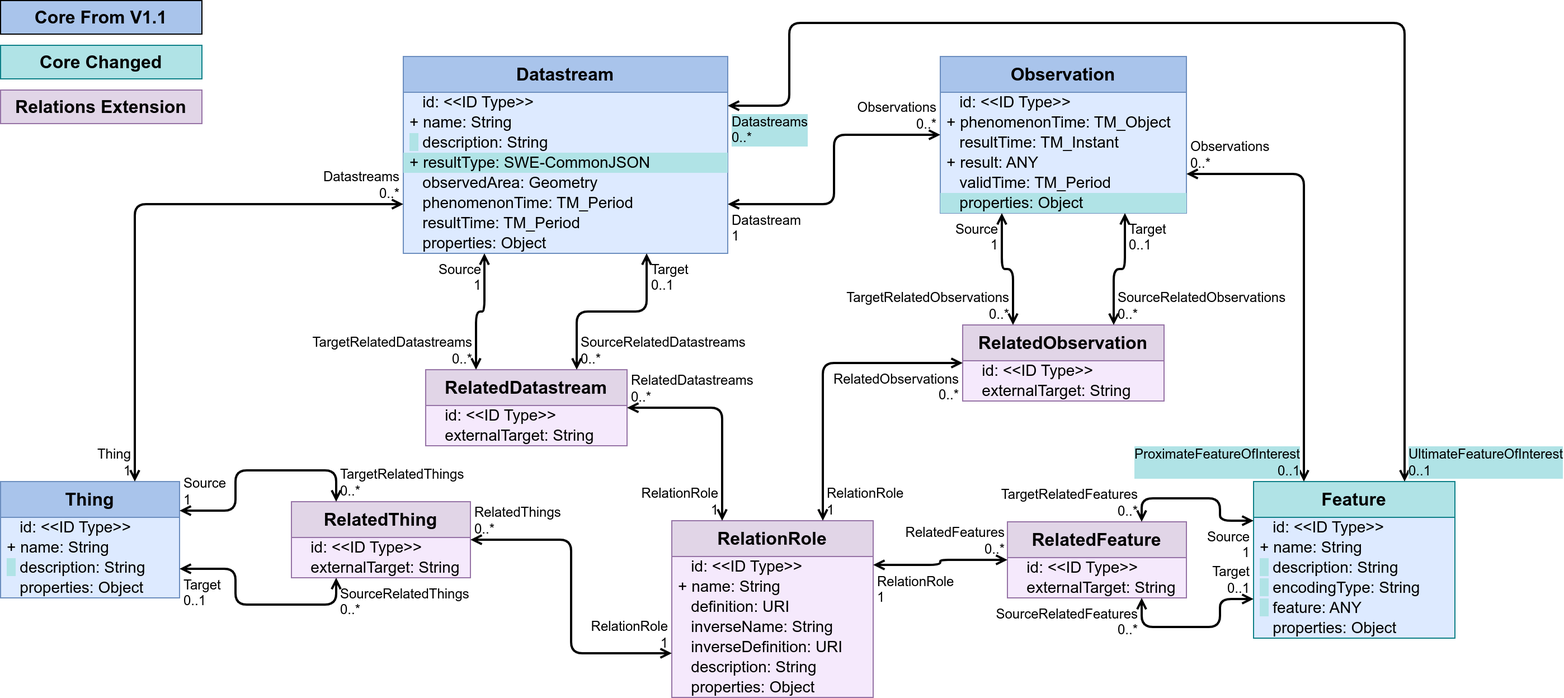
opengeospatial/sensorthings keeps this draw.io diagram as figures/Datamodel-SensorThingsApi-V2-Relations.drawio.png. Above is the earlier version. Source tidied: cells renumbered, new cells last; positions are measured from the earlier drawing's top-left corner, leaving out a move shared by most shapes.
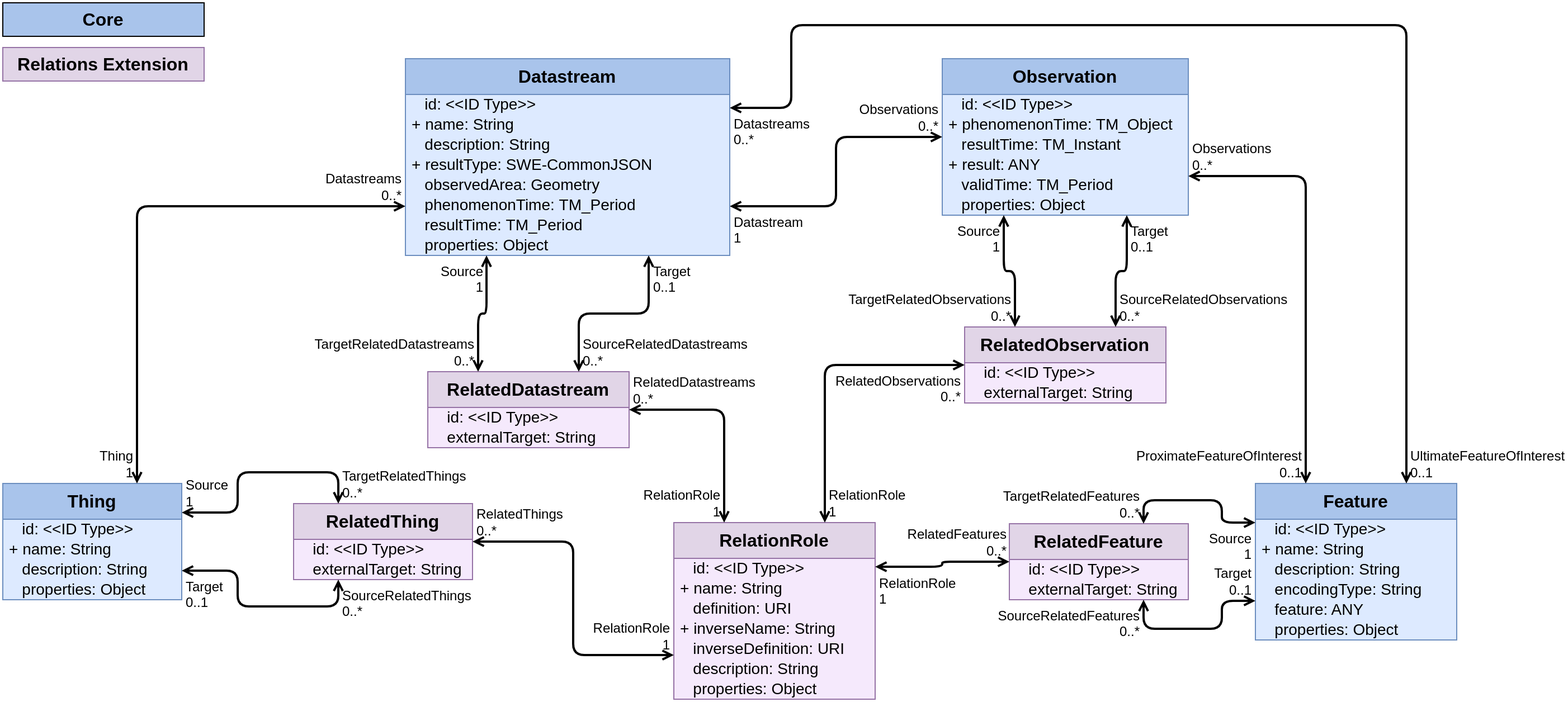
The same file after the commit.

Commit message:
Added Relations Extension text and tables

What changed in the source:
```diff
@@ -11,10 +11,10 @@
     <mxCell id="4" value="+ name: String" style="text;strokeColor=none;fillColor=none;align=left;verticalAlign=middle;spacingLeft=4;spacingRight=4;overflow=visible;html=1;fontSize=14;" parent="2" vertex="1">
       <mxGeometry y="50" width="290" height="18" as="geometry" />
     </mxCell>
-    <mxCell id="5" value="&lt;span style=&quot;background-color: rgb(176, 227, 230);&quot;&gt;&amp;nbsp; &lt;/span&gt;&amp;nbsp;description: String" style="text;strokeColor=none;fillColor=none;align=left;verticalAlign=middle;spacingLeft=4;spacingRight=4;overflow=visible;html=1;fontSize=14;" parent="2" vertex="1">
+    <mxCell id="5" value="&amp;nbsp; &amp;nbsp;description: String" style="text;strokeColor=none;fillColor=none;align=left;verticalAlign=middle;spacingLeft=4;spacingRight=4;overflow=visible;html=1;fontSize=14;" parent="2" vertex="1">
       <mxGeometry y="68" width="290" height="18" as="geometry" />
     </mxCell>
-    <mxCell id="6" value="+ resultType: SWE-CommonJSON" style="text;strokeColor=none;fillColor=#b0e3e6;align=left;verticalAlign=middle;spacingLeft=4;spacingRight=4;overflow=visible;html=1;fontSize=14;" parent="2" vertex="1">
+    <mxCell id="6" value="+ resultType: SWE-CommonJSON" style="text;strokeColor=none;fillColor=none;align=left;verticalAlign=middle;spacingLeft=4;spacingRight=4;overflow=visible;html=1;fontSize=14;" parent="2" vertex="1">
       <mxGeometry y="86" width="290" height="18" as="geometry" />
     </mxCell>
     <mxCell id="7" value="&amp;nbsp;&amp;nbsp;&amp;nbsp;observedArea: Geometry" style="text;strokeColor=none;fillColor=none;align=left;verticalAlign=middle;spacingLeft=4;spacingRight=4;overflow=visible;html=1;fontSize=14;" parent="2" vertex="1">
@@ -29,7 +29,7 @@
     <mxCell id="10" value="&amp;nbsp;&amp;nbsp;&amp;nbsp;properties: Object" style="text;strokeColor=none;fillColor=none;align=left;verticalAlign=middle;spacingLeft=4;spacingRight=4;overflow=visible;html=1;fontSize=14;" parent="2" vertex="1">
       <mxGeometry y="158" width="290" height="18" as="geometry" />
     </mxCell>
-    <mxCell id="11" value="Feature" style="swimlane;fontStyle=1;horizontal=1;startSize=32;fontSize=16;whiteSpace=wrap;html=1;fillColor=#b0e3e6;strokeColor=#0e8088;swimlaneFillColor=#DDEAFF;verticalAlign=top;" parent="1" vertex="1">
+    <mxCell id="11" value="Feature" style="swimlane;fontStyle=1;horizontal=1;startSize=32;fontSize=16;whiteSpace=wrap;html=1;fillColor=#A9C4EB;strokeColor=#6c8ebf;swimlaneFillColor=#DDEAFF;verticalAlign=top;" parent="1" vertex="1">
       <mxGeometry x="1120" y="430" width="180" height="140" as="geometry" />
     </mxCell>
     <mxCell id="12" value="&amp;nbsp;&amp;nbsp;&amp;nbsp;id: &amp;lt;&amp;lt;ID Type&amp;gt;&amp;gt;" style="text;strokeColor=none;fillColor=none;align=left;verticalAlign=middle;spacingLeft=4;spacingRight=4;overflow=visible;html=1;fontSize=14;" parent="11" vertex="1">
@@ -38,13 +38,13 @@
     <mxCell id="13" value="+ name: String" style="text;strokeColor=none;fillColor=none;align=left;verticalAlign=middle;spacingLeft=4;spacingRight=4;overflow=visible;html=1;fontSize=14;" parent="11" vertex="1">
       <mxGeometry y="50" width="180" height="18" as="geometry" />
     </mxCell>
-    <mxCell id="14" value="&lt;span style=&quot;background-color: rgb(176, 227, 230);&quot;&gt;&amp;nbsp; &lt;/span&gt;&amp;nbsp;description: String" style="text;strokeColor=none;fillColor=none;align=left;verticalAlign=middle;spacingLeft=4;spacingRight=4;overflow=visible;html=1;fontSize=14;" parent="11" vertex="1">
+    <mxCell id="14" value="&amp;nbsp; &amp;nbsp;description: String" style="text;strokeColor=none;fillColor=none;align=left;verticalAlign=middle;spacingLeft=4;spacingRight=4;overflow=visible;html=1;fontSize=14;" parent="11" vertex="1">
       <mxGeometry y="68" width="180" height="18" as="geometry" />
     </mxCell>
-    <mxCell id="15" value="&lt;span style=&quot;background-color: rgb(176, 227, 230);&quot;&gt;&amp;nbsp; &lt;/span&gt;&amp;nbsp;encodingType: String" style="text;strokeColor=none;fillColor=none;align=left;verticalAlign=middle;spacingLeft=4;spacingRight=4;overflow=visible;html=1;fontSize=14;" parent="11" vertex="1">
+    <mxCell id="15" value="&amp;nbsp; &amp;nbsp;encodingType: String" style="text;strokeColor=none;fillColor=none;align=left;verticalAlign=middle;spacingLeft=4;spacingRight=4;overflow=visible;html=1;fontSize=14;" parent="11" vertex="1">
       <mxGeometry y="86" width="180" height="18" as="geometry" />
     </mxCell>
-    <mxCell id="16" value="&lt;span style=&quot;background-color: rgb(176, 227, 230);&quot;&gt;&amp;nbsp; &lt;/span&gt;&amp;nbsp;feature: ANY" style="text;strokeColor=none;fillColor=none;align=left;verticalAlign=middle;spacingLeft=4;spacingRight=4;overflow=visible;html=1;fontSize=14;" parent="11" vertex="1">
+    <mxCell id="16" value="&amp;nbsp; &amp;nbsp;feature: ANY" style="text;strokeColor=none;fillColor=none;align=left;verticalAlign=middle;spacingLeft=4;spacingRight=4;overflow=visible;html=1;fontSize=14;" parent="11" vertex="1">
       <mxGeometry y="104" width="180" height="18" as="geometry" />
     </mxCell>
     <mxCell id="17" value="&amp;nbsp;&amp;nbsp;&amp;nbsp;properties: Object" style="text;strokeColor=none;fillColor=none;align=left;verticalAlign=middle;spacingLeft=4;spacingRight=4;overflow=visible;html=1;fontSize=14;" parent="11" vertex="1">
@@ -59,10 +59,10 @@
         </Array>
       </mxGeometry>
     </mxCell>
-    <mxCell id="19" value="UltimateFeatureOfInterest&lt;br&gt;0..1" style="edgeLabel;html=1;align=left;verticalAlign=bottom;labelBackgroundColor=#B0E3E6;fontSize=12;spacingLeft=1;spacing=3;spacingRight=2;" parent="18" vertex="1">
+    <mxCell id="19" value="UltimateFeatureOfInterest&lt;br&gt;0..1" style="edgeLabel;html=1;align=left;verticalAlign=bottom;labelBackgroundColor=none;fontSize=12;spacingLeft=1;spacing=3;spacingRight=2;" parent="18" vertex="1">
       <mxGeometry x="-1" relative="1" as="geometry" />
     </mxCell>
-    <mxCell id="20" value="Datastreams&lt;br&gt;0..*" style="edgeLabel;html=1;align=left;verticalAlign=top;labelBackgroundColor=#B0E3E6;fontSize=12;spacingLeft=1;spacing=3;spacingRight=2;" parent="18" vertex="1">
+    <mxCell id="20" value="Datastreams&lt;br&gt;0..*" style="edgeLabel;html=1;align=left;verticalAlign=top;labelBackgroundColor=none;fontSize=12;spacingLeft=1;spacing=3;spacingRight=2;" parent="18" vertex="1">
       <mxGeometry x="1" relative="1" as="geometry" />
     </mxCell>
     <mxCell id="21" value="Observation" style="swimlane;fontStyle=1;horizontal=1;startSize=32;fontSize=16;whiteSpace=wrap;html=1;fillColor=#A9C4EB;strokeColor=#6c8ebf;swimlaneFillColor=#DDEAFF;verticalAlign=top;" parent="1" vertex="1">
@@ -83,7 +83,7 @@
     <mxCell id="26" value="&amp;nbsp;&amp;nbsp;&amp;nbsp;validTime:&amp;nbsp;TM_Period" style="text;strokeColor=none;fillColor=none;align=left;verticalAlign=middle;spacingLeft=4;spacingRight=4;overflow=visible;html=1;fontSize=14;" parent="21" vertex="1">
       <mxGeometry y="104" width="220" height="18" as="geometry" />
     </mxCell>
-    <mxCell id="27" value="&amp;nbsp;&amp;nbsp;&amp;nbsp;properties: Object" style="text;strokeColor=none;fillColor=#b0e3e6;align=left;verticalAlign=middle;spacingLeft=4;spacingRight=4;overflow=visible;html=1;fontSize=14;" parent="21" vertex="1">
+    <mxCell id="27" value="&amp;nbsp;&amp;nbsp;&amp;nbsp;properties: Object" style="text;strokeColor=none;fillColor=none;align=left;verticalAlign=middle;spacingLeft=4;spacingRight=4;overflow=visible;html=1;fontSize=14;" parent="21" vertex="1">
       <mxGeometry y="122" width="220" height="18" as="geometry" />
     </mxCell>
     <mxCell id="28" style="endArrow=open;startArrow=open;html=1;rounded=1;exitX=0;exitY=0.5;exitDx=0;exitDy=0;entryX=1;entryY=0.75;entryDx=0;entryDy=0;edgeStyle=orthogonalEdgeStyle;strokeWidth=2;curved=0;startFill=0;endFill=0;" parent="1" edge="1" source="21" target="2">
@@ -101,7 +101,7 @@
     <mxCell id="32" value="Observations&lt;br&gt;0..*" style="edgeLabel;html=1;align=left;verticalAlign=bottom;labelBackgroundColor=none;fontSize=12;spacingLeft=1;spacing=3;spacingRight=2;" parent="31" vertex="1">
       <mxGeometry x="-1" relative="1" as="geometry" />
     </mxCell>
-    <mxCell id="33" value="ProximateFeatureOfInterest&lt;br&gt;0..1" style="edgeLabel;html=1;align=right;verticalAlign=bottom;labelBackgroundColor=#B0E3E6;fontSize=12;spacingLeft=1;spacing=3;spacingRight=2;" parent="31" vertex="1">
+    <mxCell id="33" value="ProximateFeatureOfInterest&lt;br&gt;0..1" style="edgeLabel;html=1;align=right;verticalAlign=bottom;labelBackgroundColor=none;fontSize=12;spacingLeft=1;spacing=3;spacingRight=2;" parent="31" vertex="1">
       <mxGeometry x="1" relative="1" as="geometry" />
     </mxCell>
     <mxCell id="34" value="RelatedDatastream" style="swimlane;fontStyle=1;horizontal=1;startSize=32;fontSize=16;whiteSpace=wrap;html=1;fillColor=#e1d5e7;strokeColor=#9673a6;swimlaneFillColor=#F5E9FC;" parent="1" vertex="1">
@@ -218,7 +218,7 @@
     <mxCell id="67" value="&amp;nbsp;&amp;nbsp;&amp;nbsp;definition: URI" style="text;strokeColor=none;fillColor=none;align=left;verticalAlign=middle;spacingLeft=4;spacingRight=4;overflow=visible;html=1;fontSize=14;" parent="64" vertex="1">
       <mxGeometry y="68" width="180" height="18" as="geometry" />
     </mxCell>
-    <mxCell id="68" value="&amp;nbsp;&amp;nbsp;&amp;nbsp;inverseName: String" style="text;strokeColor=none;fillColor=none;align=left;verticalAlign=middle;spacingLeft=4;spacingRight=4;overflow=visible;html=1;fontSize=14;" parent="64" vertex="1">
+    <mxCell id="68" value="+ inverseName: String" style="text;strokeColor=none;fillColor=none;align=left;verticalAlign=middle;spacingLeft=4;spacingRight=4;overflow=visible;html=1;fontSize=14;" parent="64" vertex="1">
       <mxGeometry y="86" width="180" height="18" as="geometry" />
     </mxCell>
     <mxCell id="69" value="&amp;nbsp;&amp;nbsp;&amp;nbsp;inverseDefinition: URI" style="text;strokeColor=none;fillColor=none;align=left;verticalAlign=middle;spacingLeft=4;spacingRight=4;overflow=visible;html=1;fontSize=14;" parent="64" vertex="1">
@@ -275,7 +275,7 @@
     <mxCell id="86" value="+ name: String" style="text;strokeColor=none;fillColor=none;align=left;verticalAlign=middle;spacingLeft=4;spacingRight=4;overflow=visible;html=1;fontSize=14;" parent="84" vertex="1">
       <mxGeometry y="50" width="160" height="18" as="geometry" />
     </mxCell>
-    <mxCell id="87" value="&lt;span style=&quot;background-color: rgb(176, 227, 230);&quot;&gt;&amp;nbsp; &lt;/span&gt;&amp;nbsp;description: String" style="text;strokeColor=none;fillColor=none;align=left;verticalAlign=middle;spacingLeft=4;spacingRight=4;overflow=visible;html=1;fontSize=14;" parent="84" vertex="1">
+    <mxCell id="87" value="&amp;nbsp; &amp;nbsp;description: String" style="text;strokeColor=none;fillColor=none;align=left;verticalAlign=middle;spacingLeft=4;spacingRight=4;overflow=visible;html=1;fontSize=14;" parent="84" vertex="1">
       <mxGeometry y="68" width="160" height="18" as="geometry" />
     </mxCell>
     <mxCell id="88" value="&amp;nbsp;&amp;nbsp;&amp;nbsp;properties: Object" style="text;strokeColor=none;fillColor=none;align=left;verticalAlign=middle;spacingLeft=4;spacingRight=4;overflow=visible;html=1;fontSize=14;" parent="84" vertex="1">
@@ -314,14 +314,11 @@
     <mxCell id="97" value="Datastreams&lt;br&gt;0..*" style="edgeLabel;html=1;align=right;verticalAlign=bottom;labelBackgroundColor=none;fontSize=12;spacingLeft=1;spacing=3;spacingRight=2;" parent="95" vertex="1">
       <mxGeometry x="1" relative="1" as="geometry" />
     </mxCell>
-    <mxCell id="98" value="Core Changed" style="rounded=0;whiteSpace=wrap;html=1;labelBackgroundColor=none;fillColor=#b0e3e6;strokeColor=#0e8088;fontStyle=1;fontSize=16;" parent="1" vertex="1">
-      <mxGeometry y="40" width="180" height="30" as="geometry" />
-    </mxCell>
-    <mxCell id="99" value="Core From V1.1" style="rounded=0;whiteSpace=wrap;html=1;labelBackgroundColor=none;fillColor=#A9C4EB;strokeColor=default;fontStyle=1;fontSize=16;" parent="1" vertex="1">
+    <mxCell id="99" value="Core" style="rounded=0;whiteSpace=wrap;html=1;labelBackgroundColor=none;fillColor=#A9C4EB;strokeColor=default;fontStyle=1;fontSize=16;" parent="1" vertex="1">
       <mxGeometry width="180" height="30" as="geometry" />
     </mxCell>
     <mxCell id="100" value="Relations Extension" style="rounded=0;whiteSpace=wrap;html=1;labelBackgroundColor=none;fillColor=#e1d5e7;strokeColor=#9673a6;fontStyle=1;startSize=32;fontSize=16;swimlaneFillColor=#F5E9FC;" parent="1" vertex="1">
-      <mxGeometry y="80" width="180" height="30" as="geometry" />
+      <mxGeometry y="40" width="180" height="30" as="geometry" />
     </mxCell>
   </root>
 </mxGraphModel>
```
